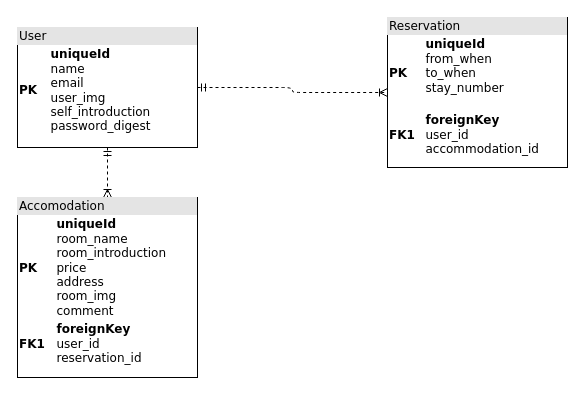
F-Naoto/potepan_4_2 keeps this draw.io diagram as model.drawio. Above is the earlier version. Source tidied: cells renumbered, new cells numbered last; positions are measured from the earlier drawing's top-left corner, leaving out a move shared by most shapes. Both pictures are drawn from the tidied source at 100%, with x=0, y=0 at pixel (17, 17).
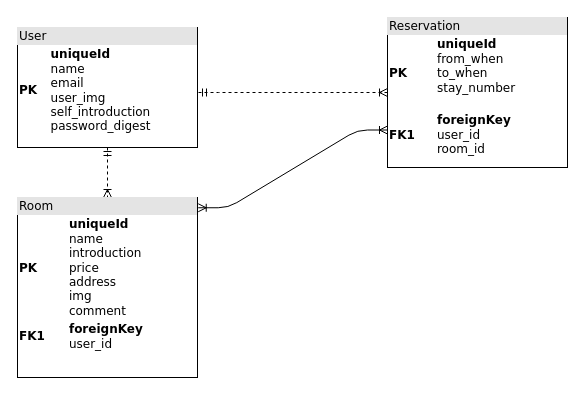
The same diagram, later.

What changed in the source:
```diff
@@
 <mxGraphModel>
   <root>
     <mxCell id="0" />
     <mxCell id="1" parent="0" />
     <mxCell id="2" style="edgeStyle=orthogonalEdgeStyle;html=1;entryX=0.5;entryY=0;dashed=1;labelBackgroundColor=none;startArrow=ERmandOne;endArrow=ERoneToMany;fontFamily=Verdana;fontSize=12;align=left;" parent="1" edge="1" source="4" target="5">
       <mxGeometry relative="1" as="geometry" />
     </mxCell>
-    <mxCell id="3" style="edgeStyle=orthogonalEdgeStyle;html=1;dashed=1;labelBackgroundColor=none;startArrow=ERmandOne;endArrow=ERoneToMany;fontFamily=Verdana;fontSize=12;align=left;" parent="1" edge="1" source="4" target="6">
-      <mxGeometry relative="1" as="geometry" />
-    </mxCell>
     <mxCell id="4" value="&lt;div style=&quot;box-sizing: border-box ; width: 100% ; background: #e4e4e4 ; padding: 2px&quot;&gt;User&lt;/div&gt;&lt;table style=&quot;width: 100% ; font-size: 1em&quot; cellpadding=&quot;2&quot; cellspacing=&quot;0&quot;&gt;&lt;tbody&gt;&lt;tr&gt;&lt;td&gt;&lt;b&gt;PK&lt;/b&gt;&lt;/td&gt;&lt;td&gt;&lt;b&gt;uniqueId&lt;/b&gt;&lt;br&gt;name&lt;br&gt;email&lt;br&gt;user_img&lt;br&gt;self_introduction&lt;br&gt;password_digest&lt;/td&gt;&lt;/tr&gt;&lt;tr&gt;&lt;td&gt;&lt;br&gt;&lt;br&gt;&lt;/td&gt;&lt;td&gt;&lt;br&gt;&lt;/td&gt;&lt;/tr&gt;&lt;tr&gt;&lt;td&gt;&lt;/td&gt;&lt;td&gt;&lt;br&gt;&lt;/td&gt;&lt;/tr&gt;&lt;/tbody&gt;&lt;/table&gt;" style="verticalAlign=top;align=left;overflow=fill;html=1;rounded=0;shadow=0;comic=0;labelBackgroundColor=none;strokeWidth=1;fontFamily=Verdana;fontSize=12;" parent="1" vertex="1">
       <mxGeometry y="10" width="180" height="120" as="geometry" />
     </mxCell>
-    <mxCell id="5" value="&lt;div style=&quot;box-sizing: border-box ; width: 100% ; background: #e4e4e4 ; padding: 2px&quot;&gt;Accomodation&lt;/div&gt;&lt;table style=&quot;width: 100% ; font-size: 1em&quot; cellpadding=&quot;2&quot; cellspacing=&quot;0&quot;&gt;&lt;tbody&gt;&lt;tr&gt;&lt;td&gt;&lt;b&gt;PK&lt;/b&gt;&lt;/td&gt;&lt;td&gt;&lt;b&gt;uniqueId&lt;/b&gt;&lt;br&gt;room_name&lt;br&gt;room_introduction&lt;br&gt;price&lt;br&gt;address&lt;br&gt;room_img&lt;br&gt;comment&lt;/td&gt;&lt;/tr&gt;&lt;tr&gt;&lt;td&gt;&lt;b&gt;FK1&lt;/b&gt;&lt;/td&gt;&lt;td&gt;&lt;b&gt;foreignKey&lt;/b&gt;&lt;br&gt;user_id&lt;br&gt;reservation_id&lt;br&gt;&lt;/td&gt;&lt;/tr&gt;&lt;tr&gt;&lt;td&gt;&lt;/td&gt;&lt;td&gt;&lt;br&gt;&lt;/td&gt;&lt;/tr&gt;&lt;/tbody&gt;&lt;/table&gt;" style="verticalAlign=top;align=left;overflow=fill;html=1;rounded=0;shadow=0;comic=0;labelBackgroundColor=none;strokeWidth=1;fontFamily=Verdana;fontSize=12;" parent="1" vertex="1">
+    <mxCell id="5" value="&lt;div style=&quot;box-sizing: border-box ; width: 100% ; background: #e4e4e4 ; padding: 2px&quot;&gt;Room&lt;/div&gt;&lt;table style=&quot;width: 100% ; font-size: 1em&quot; cellpadding=&quot;2&quot; cellspacing=&quot;0&quot;&gt;&lt;tbody&gt;&lt;tr&gt;&lt;td&gt;&lt;b&gt;PK&lt;/b&gt;&lt;/td&gt;&lt;td&gt;&lt;b&gt;uniqueId&lt;/b&gt;&lt;br&gt;name&lt;br&gt;introduction&lt;br&gt;price&lt;br&gt;address&lt;br&gt;img&lt;br&gt;comment&lt;/td&gt;&lt;/tr&gt;&lt;tr&gt;&lt;td&gt;&lt;b&gt;FK1&lt;/b&gt;&lt;/td&gt;&lt;td&gt;&lt;b&gt;foreignKey&lt;/b&gt;&lt;br&gt;user_id&lt;br&gt;&lt;/td&gt;&lt;/tr&gt;&lt;tr&gt;&lt;td&gt;&lt;/td&gt;&lt;td&gt;&lt;br&gt;&lt;/td&gt;&lt;/tr&gt;&lt;/tbody&gt;&lt;/table&gt;" style="verticalAlign=top;align=left;overflow=fill;html=1;rounded=0;shadow=0;comic=0;labelBackgroundColor=none;strokeWidth=1;fontFamily=Verdana;fontSize=12;" parent="1" vertex="1">
       <mxGeometry y="180" width="180" height="180" as="geometry" />
     </mxCell>
-    <mxCell id="6" value="&lt;div style=&quot;box-sizing:border-box;width:100%;background:#e4e4e4;padding:2px;&quot;&gt;Reservation&lt;/div&gt;&lt;table style=&quot;width:100%;font-size:1em;&quot; cellpadding=&quot;2&quot; cellspacing=&quot;0&quot;&gt;&lt;tbody&gt;&lt;tr&gt;&lt;td&gt;&lt;b&gt;PK&lt;/b&gt;&lt;/td&gt;&lt;td&gt;&lt;b&gt;uniqueId&lt;/b&gt;&lt;br&gt;from_when&lt;br&gt;to_when&lt;br&gt;stay_number&lt;br&gt;&lt;br&gt;&lt;/td&gt;&lt;/tr&gt;&lt;tr&gt;&lt;td&gt;&lt;b&gt;FK1&lt;/b&gt;&lt;/td&gt;&lt;td&gt;&lt;b&gt;foreignKey&lt;/b&gt;&lt;br&gt;user_id&lt;br&gt;accommodation_id&lt;/td&gt;&lt;/tr&gt;&lt;tr&gt;&lt;td&gt;&lt;/td&gt;&lt;td&gt;&lt;br&gt;&lt;/td&gt;&lt;/tr&gt;&lt;/tbody&gt;&lt;/table&gt;" style="verticalAlign=top;align=left;overflow=fill;html=1;rounded=0;shadow=0;comic=0;labelBackgroundColor=none;strokeWidth=1;fontFamily=Verdana;fontSize=12;" parent="1" vertex="1">
+    <mxCell id="6" value="&lt;div style=&quot;box-sizing: border-box ; width: 100% ; background: #e4e4e4 ; padding: 2px&quot;&gt;Reservation&lt;/div&gt;&lt;table style=&quot;width: 100% ; font-size: 1em&quot; cellpadding=&quot;2&quot; cellspacing=&quot;0&quot;&gt;&lt;tbody&gt;&lt;tr&gt;&lt;td&gt;&lt;b&gt;PK&lt;/b&gt;&lt;/td&gt;&lt;td&gt;&lt;b&gt;uniqueId&lt;/b&gt;&lt;br&gt;from_when&lt;br&gt;to_when&lt;br&gt;stay_number&lt;br&gt;&lt;br&gt;&lt;/td&gt;&lt;/tr&gt;&lt;tr&gt;&lt;td&gt;&lt;b&gt;FK1&lt;/b&gt;&lt;/td&gt;&lt;td&gt;&lt;b&gt;foreignKey&lt;/b&gt;&lt;br&gt;user_id&lt;br&gt;room_id&lt;/td&gt;&lt;/tr&gt;&lt;tr&gt;&lt;td&gt;&lt;/td&gt;&lt;td&gt;&lt;br&gt;&lt;/td&gt;&lt;/tr&gt;&lt;/tbody&gt;&lt;/table&gt;" style="verticalAlign=top;align=left;overflow=fill;html=1;rounded=0;shadow=0;comic=0;labelBackgroundColor=none;strokeWidth=1;fontFamily=Verdana;fontSize=12;" parent="1" vertex="1">
       <mxGeometry x="370" width="180" height="150" as="geometry" />
     </mxCell>
+    <mxCell id="3" style="edgeStyle=orthogonalEdgeStyle;html=1;dashed=1;labelBackgroundColor=none;startArrow=ERmandOne;endArrow=ERoneToMany;fontFamily=Verdana;fontSize=12;align=left;" parent="1" edge="1" target="6">
+      <mxGeometry relative="1" as="geometry">
+        <mxPoint x="181" y="75" as="sourcePoint" />
+        <Array as="points">
+          <mxPoint x="211" y="75" />
+          <mxPoint x="211" y="75" />
+        </Array>
+      </mxGeometry>
+    </mxCell>
+    <mxCell id="7" style="edgeStyle=entityRelationEdgeStyle;fontSize=12;html=1;endArrow=ERoneToMany;startArrow=ERoneToMany;exitX=1.004;exitY=0.057;exitDx=0;exitDy=0;exitPerimeter=0;entryX=0;entryY=0.75;entryDx=0;entryDy=0;" parent="1" edge="1" source="5" target="6">
+      <mxGeometry relative="1" as="geometry" />
+    </mxCell>
   </root>
 </mxGraphModel>
```
